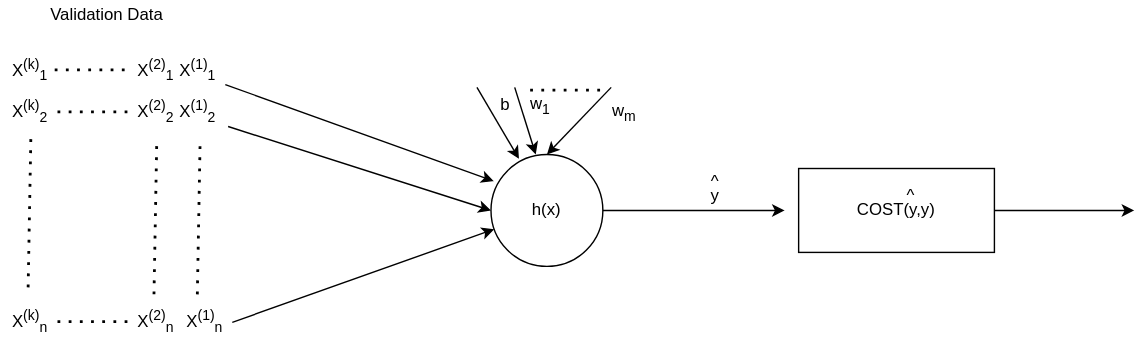
Above: assets/images/supervised/validation-network.svg in ronen567/just-the-docs (draw.io), before the change. Source tidied: cells renumbered, new cells last; positions are measured from the earlier drawing's top-left corner, leaving out a move shared by most shapes. Its diagram source:
```xml
<mxGraphModel>
  <root>
    <mxCell id="0" />
    <mxCell id="1" parent="0" />
    <mxCell id="2" value="h(x)" style="ellipse;whiteSpace=wrap;html=1;" parent="1" vertex="1">
      <mxGeometry x="350" y="110" width="80" height="80" as="geometry" />
    </mxCell>
    <mxCell id="3" style="endArrow=classic;html=1;entryX=0.025;entryY=0.238;entryDx=0;entryDy=0;entryPerimeter=0;exitX=1;exitY=0.833;exitDx=0;exitDy=0;exitPerimeter=0;" parent="1" edge="1" source="8" target="2">
      <mxGeometry relative="1" as="geometry" />
    </mxCell>
    <mxCell id="4" style="endArrow=classic;html=1;entryX=0;entryY=0.5;entryDx=0;entryDy=0;exitX=1.05;exitY=0.833;exitDx=0;exitDy=0;exitPerimeter=0;" parent="1" edge="1" source="6" target="2">
      <mxGeometry relative="1" as="geometry" />
    </mxCell>
    <mxCell id="5" style="endArrow=classic;html=1;exitX=1;exitY=0.5;exitDx=0;exitDy=0;exitPerimeter=0;" parent="1" edge="1" source="7" target="2">
      <mxGeometry relative="1" as="geometry" />
    </mxCell>
    <mxCell id="6" value="X&lt;sup&gt;(1)&lt;/sup&gt;&lt;sub&gt;2&lt;/sub&gt;" style="text;html=1;align=center;verticalAlign=middle;points=[];" parent="1" vertex="1">
      <mxGeometry x="120" y="65" width="40" height="30" as="geometry" />
    </mxCell>
    <mxCell id="7" value="X&lt;sup&gt;(1)&lt;/sup&gt;&lt;sub&gt;n&lt;/sub&gt;" style="text;html=1;align=center;verticalAlign=middle;points=[];" parent="1" vertex="1">
      <mxGeometry x="125" y="215" width="40" height="30" as="geometry" />
    </mxCell>
    <mxCell id="8" value="X&lt;sup&gt;(1)&lt;/sup&gt;&lt;sub&gt;1&lt;/sub&gt;" style="text;html=1;align=center;verticalAlign=middle;points=[];" parent="1" vertex="1">
      <mxGeometry x="120" y="35" width="40" height="30" as="geometry" />
    </mxCell>
    <mxCell id="9" value="X&lt;sup&gt;(2)&lt;/sup&gt;&lt;sub&gt;1&lt;/sub&gt;" style="text;html=1;align=center;verticalAlign=middle;" parent="1" vertex="1">
      <mxGeometry x="90" y="35" width="40" height="30" as="geometry" />
    </mxCell>
    <mxCell id="10" value="X&lt;sup&gt;(2)&lt;/sup&gt;&lt;sub&gt;2&lt;/sub&gt;" style="text;html=1;align=center;verticalAlign=middle;" parent="1" vertex="1">
      <mxGeometry x="90" y="65" width="40" height="30" as="geometry" />
    </mxCell>
    <mxCell id="11" value="X&lt;sup&gt;(2)&lt;/sup&gt;&lt;sub&gt;n&lt;/sub&gt;" style="text;html=1;align=center;verticalAlign=middle;" parent="1" vertex="1">
      <mxGeometry x="90" y="215" width="40" height="30" as="geometry" />
    </mxCell>
    <mxCell id="12" value="X&lt;sup&gt;(k)&lt;/sup&gt;&lt;sub&gt;1&lt;/sub&gt;" style="text;html=1;align=center;verticalAlign=middle;" parent="1" vertex="1">
      <mxGeometry y="35" width="40" height="30" as="geometry" />
    </mxCell>
    <mxCell id="13" value="X&lt;sup&gt;(k)&lt;/sup&gt;&lt;sub&gt;2&lt;/sub&gt;" style="text;html=1;align=center;verticalAlign=middle;" parent="1" vertex="1">
      <mxGeometry y="65" width="40" height="30" as="geometry" />
    </mxCell>
    <mxCell id="14" value="X&lt;sup&gt;(k)&lt;/sup&gt;&lt;sub&gt;n&lt;/sub&gt;" style="text;html=1;align=center;verticalAlign=middle;" parent="1" vertex="1">
      <mxGeometry y="215" width="40" height="30" as="geometry" />
    </mxCell>
    <mxCell id="15" style="endArrow=none;dashed=1;html=1;dashPattern=1 3;strokeWidth=2;entryX=0.55;entryY=1.167;entryDx=0;entryDy=0;entryPerimeter=0;" parent="1" edge="1" target="6">
      <mxGeometry relative="1" as="geometry">
        <mxPoint x="140" y="210" as="sourcePoint" />
      </mxGeometry>
    </mxCell>
    <mxCell id="16" style="endArrow=none;dashed=1;html=1;dashPattern=1 3;strokeWidth=2;entryX=0.55;entryY=1.167;entryDx=0;entryDy=0;entryPerimeter=0;" parent="1" edge="1">
      <mxGeometry relative="1" as="geometry">
        <mxPoint x="109" y="210" as="sourcePoint" />
        <mxPoint x="111" y="100" as="targetPoint" />
      </mxGeometry>
    </mxCell>
    <mxCell id="17" style="endArrow=none;dashed=1;html=1;dashPattern=1 3;strokeWidth=2;entryX=0.55;entryY=1.167;entryDx=0;entryDy=0;entryPerimeter=0;" parent="1" edge="1">
      <mxGeometry relative="1" as="geometry">
        <mxPoint x="19" y="205" as="sourcePoint" />
        <mxPoint x="21" y="95" as="targetPoint" />
      </mxGeometry>
    </mxCell>
    <mxCell id="18" style="endArrow=none;dashed=1;html=1;dashPattern=1 3;strokeWidth=2;entryX=0.55;entryY=1.167;entryDx=0;entryDy=0;entryPerimeter=0;" parent="1" edge="1">
      <mxGeometry relative="1" as="geometry">
        <mxPoint x="38" y="49.5" as="sourcePoint" />
        <mxPoint x="90" y="49.5" as="targetPoint" />
      </mxGeometry>
    </mxCell>
    <mxCell id="19" style="endArrow=none;dashed=1;html=1;dashPattern=1 3;strokeWidth=2;entryX=0.55;entryY=1.167;entryDx=0;entryDy=0;entryPerimeter=0;" parent="1" edge="1">
      <mxGeometry relative="1" as="geometry">
        <mxPoint x="40" y="79.5" as="sourcePoint" />
        <mxPoint x="92" y="79.5" as="targetPoint" />
      </mxGeometry>
    </mxCell>
    <mxCell id="20" style="endArrow=none;dashed=1;html=1;dashPattern=1 3;strokeWidth=2;entryX=0.55;entryY=1.167;entryDx=0;entryDy=0;entryPerimeter=0;" parent="1" edge="1">
      <mxGeometry relative="1" as="geometry">
        <mxPoint x="40" y="229.5" as="sourcePoint" />
        <mxPoint x="92" y="229.5" as="targetPoint" />
      </mxGeometry>
    </mxCell>
    <mxCell id="21" value="Validation Data" style="text;html=1;align=center;verticalAlign=middle;" parent="1" vertex="1">
      <mxGeometry x="25" width="100" height="20" as="geometry" />
    </mxCell>
    <mxCell id="22" value="b" style="text;html=1;align=center;verticalAlign=middle;" parent="1" vertex="1">
      <mxGeometry x="350" y="65" width="20" height="20" as="geometry" />
    </mxCell>
    <mxCell id="23" value="w&lt;sub&gt;1&lt;/sub&gt;" style="text;html=1;align=center;verticalAlign=middle;" parent="1" vertex="1">
      <mxGeometry x="370" y="65" width="30" height="20" as="geometry" />
    </mxCell>
    <mxCell id="24" value="w&lt;sub&gt;m&lt;/sub&gt;" style="text;html=1;align=center;verticalAlign=middle;" parent="1" vertex="1">
      <mxGeometry x="430" y="70" width="30" height="20" as="geometry" />
    </mxCell>
    <mxCell id="25" value="COST(y,y)" style="rounded=0;whiteSpace=wrap;html=1;" parent="1" vertex="1">
      <mxGeometry x="570" y="120" width="140" height="60" as="geometry" />
    </mxCell>
    <mxCell id="26" value="y" style="text;html=1;align=center;verticalAlign=middle;" parent="1" vertex="1">
      <mxGeometry x="500" y="130" width="20" height="20" as="geometry" />
    </mxCell>
    <mxCell id="27" value="^" style="text;html=1;align=center;verticalAlign=middle;" parent="1" vertex="1">
      <mxGeometry x="500" y="120" width="20" height="20" as="geometry" />
    </mxCell>
    <mxCell id="28" style="endArrow=classic;html=1;exitX=1;exitY=0.5;exitDx=0;exitDy=0;" parent="1" edge="1" source="2">
      <mxGeometry relative="1" as="geometry">
        <mxPoint x="560" y="150" as="targetPoint" />
      </mxGeometry>
    </mxCell>
    <mxCell id="29" value="^" style="text;html=1;align=center;verticalAlign=middle;" parent="1" vertex="1">
      <mxGeometry x="640" y="130" width="20" height="20" as="geometry" />
    </mxCell>
    <mxCell id="30" style="endArrow=classic;html=1;exitX=0.083;exitY=1.033;exitDx=0;exitDy=0;exitPerimeter=0;entryX=0.25;entryY=0.038;entryDx=0;entryDy=0;entryPerimeter=0;" parent="1" edge="1" target="2">
      <mxGeometry relative="1" as="geometry">
        <mxPoint x="340" y="62" as="sourcePoint" />
      </mxGeometry>
    </mxCell>
    <mxCell id="31" style="endArrow=classic;html=1;exitX=0.308;exitY=1.033;exitDx=0;exitDy=0;exitPerimeter=0;entryX=0.4;entryY=0;entryDx=0;entryDy=0;entryPerimeter=0;" parent="1" edge="1" target="2">
      <mxGeometry relative="1" as="geometry">
        <mxPoint x="367" y="62" as="sourcePoint" />
      </mxGeometry>
    </mxCell>
    <mxCell id="32" style="endArrow=classic;html=1;exitX=0.883;exitY=1.033;exitDx=0;exitDy=0;entryX=0.5;entryY=0;entryDx=0;entryDy=0;exitPerimeter=0;" parent="1" edge="1" target="2">
      <mxGeometry relative="1" as="geometry">
        <mxPoint x="436" y="62" as="sourcePoint" />
      </mxGeometry>
    </mxCell>
    <mxCell id="33" style="endArrow=classic;html=1;exitX=1;exitY=0.5;exitDx=0;exitDy=0;" parent="1" edge="1" source="25">
      <mxGeometry relative="1" as="geometry">
        <mxPoint x="810" y="150" as="targetPoint" />
      </mxGeometry>
    </mxCell>
    <mxCell id="34" style="endArrow=none;dashed=1;html=1;dashPattern=1 3;strokeWidth=2;entryX=0.55;entryY=1.167;entryDx=0;entryDy=0;entryPerimeter=0;" parent="1" edge="1">
      <mxGeometry relative="1" as="geometry">
        <mxPoint x="378" y="64" as="sourcePoint" />
        <mxPoint x="430" y="64" as="targetPoint" />
      </mxGeometry>
    </mxCell>
  </root>
</mxGraphModel>
```
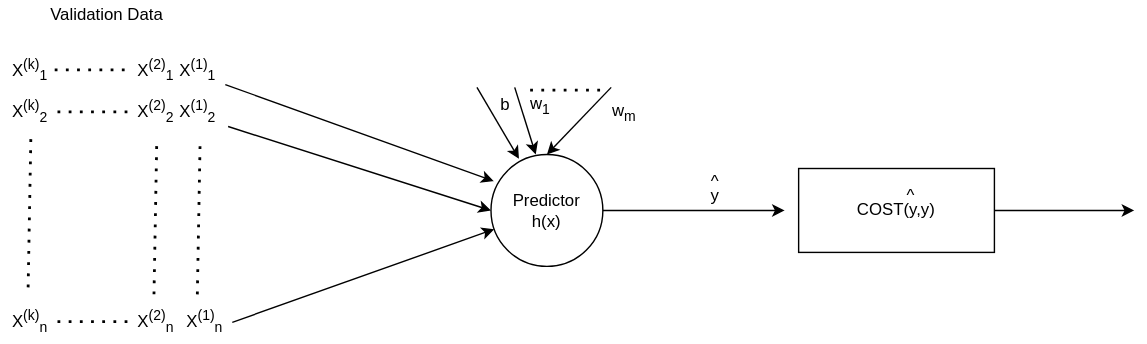
Above is the later version.

What changed in the source:
```diff
@@ -2,7 +2,7 @@
   <root>
     <mxCell id="0" />
     <mxCell id="1" parent="0" />
-    <mxCell id="2" value="h(x)" style="ellipse;whiteSpace=wrap;html=1;" parent="1" vertex="1">
+    <mxCell id="2" value="Predictor&lt;br&gt;h(x)" style="ellipse;whiteSpace=wrap;html=1;" parent="1" vertex="1">
       <mxGeometry x="350" y="110" width="80" height="80" as="geometry" />
     </mxCell>
     <mxCell id="3" style="endArrow=classic;html=1;entryX=0.025;entryY=0.238;entryDx=0;entryDy=0;entryPerimeter=0;exitX=1;exitY=0.833;exitDx=0;exitDy=0;exitPerimeter=0;" parent="1" edge="1" source="8" target="2">
```
